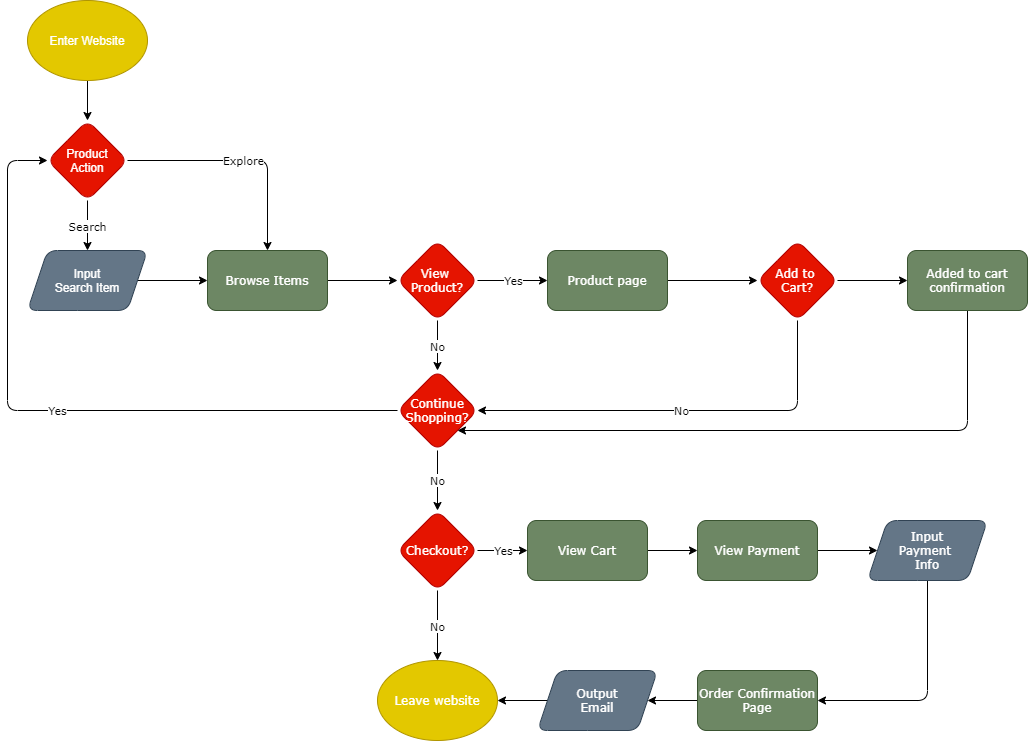
ercpham/wi21-cse110-lab4 keeps this draw.io diagram as part2/part2.drawio.png. Above is the earlier version. Source tidied: cells renumbered, new cells last; positions are measured from the earlier drawing's top-left corner, leaving out a move shared by most shapes. The source it was exported from:
```xml
<mxGraphModel>
  <root>
    <mxCell id="0" />
    <mxCell id="1" parent="0" />
    <mxCell id="2" style="edgeStyle=orthogonalEdgeStyle;jettySize=auto;html=1;exitX=0.5;exitY=1;exitDx=0;exitDy=0;entryX=0.5;entryY=0;entryDx=0;entryDy=0;" parent="1" edge="1" source="3" target="6">
      <mxGeometry relative="1" as="geometry" />
    </mxCell>
    <mxCell id="3" value="Enter Website" style="ellipse;whiteSpace=wrap;html=1;fillColor=#e3c800;strokeColor=#B09500;fontColor=#ffffff;rounded=1;" parent="1" vertex="1">
      <mxGeometry x="20" width="120" height="80" as="geometry" />
    </mxCell>
    <mxCell id="4" value="Search" style="edgeStyle=orthogonalEdgeStyle;jettySize=auto;html=1;fontFamily=Verdana;" parent="1" edge="1" source="6" target="8">
      <mxGeometry relative="1" as="geometry" />
    </mxCell>
    <mxCell id="5" value="Explore" style="edgeStyle=orthogonalEdgeStyle;jettySize=auto;html=1;exitX=1;exitY=0.5;exitDx=0;exitDy=0;entryX=0.5;entryY=0;entryDx=0;entryDy=0;fontFamily=Verdana;" parent="1" edge="1" source="6" target="10">
      <mxGeometry relative="1" as="geometry" />
    </mxCell>
    <mxCell id="6" value="Product&lt;br&gt;Action" style="rhombus;whiteSpace=wrap;html=1;fillColor=#e51400;strokeColor=#B20000;fontColor=#ffffff;rounded=1;" parent="1" vertex="1">
      <mxGeometry x="40" y="120" width="80" height="80" as="geometry" />
    </mxCell>
    <mxCell id="7" style="edgeStyle=orthogonalEdgeStyle;jettySize=auto;html=1;fontFamily=Verdana;" parent="1" edge="1" source="8" target="10">
      <mxGeometry relative="1" as="geometry" />
    </mxCell>
    <mxCell id="8" value="Input&lt;br&gt;Search Item" style="shape=parallelogram;perimeter=parallelogramPerimeter;whiteSpace=wrap;html=1;fixedSize=1;fillColor=#647687;strokeColor=#314354;fontColor=#ffffff;rounded=1;" parent="1" vertex="1">
      <mxGeometry x="20" y="250" width="120" height="60" as="geometry" />
    </mxCell>
    <mxCell id="9" style="edgeStyle=orthogonalEdgeStyle;jettySize=auto;html=1;fontFamily=Verdana;" parent="1" edge="1" source="10" target="13">
      <mxGeometry relative="1" as="geometry" />
    </mxCell>
    <mxCell id="10" value="Browse Items" style="whiteSpace=wrap;html=1;fontFamily=Verdana;fillColor=#6d8764;strokeColor=#3A5431;fontColor=#ffffff;rounded=1;" parent="1" vertex="1">
      <mxGeometry x="200" y="250" width="120" height="60" as="geometry" />
    </mxCell>
    <mxCell id="11" value="Yes" style="edgeStyle=orthogonalEdgeStyle;jettySize=auto;html=1;fontFamily=Verdana;entryX=0;entryY=0.5;entryDx=0;entryDy=0;" parent="1" edge="1" source="13" target="18">
      <mxGeometry relative="1" as="geometry" />
    </mxCell>
    <mxCell id="12" value="No" style="edgeStyle=orthogonalEdgeStyle;jettySize=auto;html=1;fontFamily=Verdana;" parent="1" edge="1" source="13" target="16">
      <mxGeometry relative="1" as="geometry" />
    </mxCell>
    <mxCell id="13" value="View&amp;nbsp;&lt;br&gt;Product?" style="rhombus;whiteSpace=wrap;html=1;fontFamily=Verdana;fillColor=#e51400;strokeColor=#B20000;fontColor=#ffffff;rounded=1;" parent="1" vertex="1">
      <mxGeometry x="390" y="240" width="80" height="80" as="geometry" />
    </mxCell>
    <mxCell id="14" value="Yes" style="edgeStyle=orthogonalEdgeStyle;jettySize=auto;html=1;exitX=0;exitY=0.5;exitDx=0;exitDy=0;entryX=0;entryY=0.5;entryDx=0;entryDy=0;fontFamily=Verdana;" parent="1" edge="1" source="16" target="6">
      <mxGeometry relative="1" as="geometry">
        <Array as="points">
          <mxPoint y="410" />
          <mxPoint y="160" />
        </Array>
      </mxGeometry>
    </mxCell>
    <mxCell id="15" value="No" style="edgeStyle=orthogonalEdgeStyle;jettySize=auto;html=1;fontFamily=Verdana;" parent="1" edge="1" source="16" target="26">
      <mxGeometry relative="1" as="geometry" />
    </mxCell>
    <mxCell id="16" value="Continue&lt;br&gt;Shopping?" style="rhombus;whiteSpace=wrap;html=1;fontFamily=Verdana;fillColor=#e51400;strokeColor=#B20000;fontColor=#ffffff;rounded=1;" parent="1" vertex="1">
      <mxGeometry x="390" y="370" width="80" height="80" as="geometry" />
    </mxCell>
    <mxCell id="17" style="edgeStyle=orthogonalEdgeStyle;jettySize=auto;html=1;fontFamily=Verdana;" parent="1" edge="1" source="18" target="21">
      <mxGeometry relative="1" as="geometry" />
    </mxCell>
    <mxCell id="18" value="Product page" style="whiteSpace=wrap;html=1;fontFamily=Verdana;fillColor=#6d8764;strokeColor=#3A5431;fontColor=#ffffff;rounded=1;" parent="1" vertex="1">
      <mxGeometry x="540" y="250" width="120" height="60" as="geometry" />
    </mxCell>
    <mxCell id="19" value="No" style="edgeStyle=orthogonalEdgeStyle;jettySize=auto;html=1;exitX=0.5;exitY=1;exitDx=0;exitDy=0;entryX=1;entryY=0.5;entryDx=0;entryDy=0;fontFamily=Verdana;" parent="1" edge="1" source="21" target="16">
      <mxGeometry relative="1" as="geometry" />
    </mxCell>
    <mxCell id="20" style="edgeStyle=orthogonalEdgeStyle;jettySize=auto;html=1;fontFamily=Verdana;" parent="1" edge="1" source="21" target="23">
      <mxGeometry relative="1" as="geometry" />
    </mxCell>
    <mxCell id="21" value="Add to&amp;nbsp;&lt;br&gt;Cart?" style="rhombus;whiteSpace=wrap;html=1;fontFamily=Verdana;fillColor=#e51400;strokeColor=#B20000;fontColor=#ffffff;rounded=1;" parent="1" vertex="1">
      <mxGeometry x="750" y="240" width="80" height="80" as="geometry" />
    </mxCell>
    <mxCell id="22" style="edgeStyle=orthogonalEdgeStyle;jettySize=auto;html=1;exitX=0.5;exitY=1;exitDx=0;exitDy=0;entryX=1;entryY=1;entryDx=0;entryDy=0;fontFamily=Verdana;" parent="1" edge="1" source="23" target="16">
      <mxGeometry relative="1" as="geometry">
        <Array as="points">
          <mxPoint x="960" y="430" />
        </Array>
      </mxGeometry>
    </mxCell>
    <mxCell id="23" value="Added to cart confirmation" style="whiteSpace=wrap;html=1;fontFamily=Verdana;fillColor=#6d8764;strokeColor=#3A5431;fontColor=#ffffff;rounded=1;" parent="1" vertex="1">
      <mxGeometry x="900" y="250" width="120" height="60" as="geometry" />
    </mxCell>
    <mxCell id="24" value="No" style="edgeStyle=orthogonalEdgeStyle;jettySize=auto;html=1;exitX=0.5;exitY=1;exitDx=0;exitDy=0;entryX=0.5;entryY=0;entryDx=0;entryDy=0;fontFamily=Verdana;" parent="1" edge="1" source="26" target="27">
      <mxGeometry relative="1" as="geometry" />
    </mxCell>
    <mxCell id="25" value="Yes" style="edgeStyle=orthogonalEdgeStyle;jettySize=auto;html=1;exitX=1;exitY=0.5;exitDx=0;exitDy=0;entryX=0;entryY=0.5;entryDx=0;entryDy=0;fontFamily=Verdana;" parent="1" edge="1" source="26" target="29">
      <mxGeometry relative="1" as="geometry" />
    </mxCell>
    <mxCell id="26" value="Checkout?" style="rhombus;whiteSpace=wrap;html=1;fontFamily=Verdana;fillColor=#e51400;strokeColor=#B20000;fontColor=#ffffff;rounded=1;" parent="1" vertex="1">
      <mxGeometry x="390" y="510" width="80" height="80" as="geometry" />
    </mxCell>
    <mxCell id="27" value="Leave website" style="ellipse;whiteSpace=wrap;html=1;fontFamily=Verdana;fillColor=#e3c800;strokeColor=#B09500;fontColor=#ffffff;rounded=1;" parent="1" vertex="1">
      <mxGeometry x="370" y="660" width="120" height="80" as="geometry" />
    </mxCell>
    <mxCell id="28" style="edgeStyle=orthogonalEdgeStyle;jettySize=auto;html=1;exitX=1;exitY=0.5;exitDx=0;exitDy=0;entryX=0;entryY=0.5;entryDx=0;entryDy=0;fontFamily=Verdana;" parent="1" edge="1" source="29" target="31">
      <mxGeometry relative="1" as="geometry" />
    </mxCell>
    <mxCell id="29" value="View Cart" style="whiteSpace=wrap;html=1;fontFamily=Verdana;fillColor=#6d8764;strokeColor=#3A5431;fontColor=#ffffff;rounded=1;" parent="1" vertex="1">
      <mxGeometry x="520" y="520" width="120" height="60" as="geometry" />
    </mxCell>
    <mxCell id="30" style="edgeStyle=orthogonalEdgeStyle;jettySize=auto;html=1;exitX=1;exitY=0.5;exitDx=0;exitDy=0;entryX=0;entryY=0.5;entryDx=0;entryDy=0;fontFamily=Verdana;" parent="1" edge="1" source="31" target="33">
      <mxGeometry relative="1" as="geometry" />
    </mxCell>
    <mxCell id="31" value="View Payment" style="whiteSpace=wrap;html=1;fontFamily=Verdana;fillColor=#6d8764;strokeColor=#3A5431;fontColor=#ffffff;rounded=1;" parent="1" vertex="1">
      <mxGeometry x="690" y="520" width="120" height="60" as="geometry" />
    </mxCell>
    <mxCell id="32" style="edgeStyle=orthogonalEdgeStyle;jettySize=auto;html=1;exitX=0.5;exitY=1;exitDx=0;exitDy=0;entryX=1;entryY=0.5;entryDx=0;entryDy=0;fontFamily=Verdana;" parent="1" edge="1" source="33" target="35">
      <mxGeometry relative="1" as="geometry" />
    </mxCell>
    <mxCell id="33" value="Input&lt;br&gt;Payment&amp;nbsp;&lt;br&gt;Info" style="shape=parallelogram;perimeter=parallelogramPerimeter;whiteSpace=wrap;html=1;fixedSize=1;fontFamily=Verdana;fillColor=#647687;strokeColor=#314354;fontColor=#ffffff;rounded=1;" parent="1" vertex="1">
      <mxGeometry x="860" y="520" width="120" height="60" as="geometry" />
    </mxCell>
    <mxCell id="34" style="edgeStyle=orthogonalEdgeStyle;jettySize=auto;html=1;fontFamily=Verdana;" parent="1" edge="1" source="35" target="37">
      <mxGeometry relative="1" as="geometry" />
    </mxCell>
    <mxCell id="35" value="Order Confirmation&lt;br&gt;Page" style="whiteSpace=wrap;html=1;fontFamily=Verdana;fillColor=#6d8764;strokeColor=#3A5431;fontColor=#ffffff;rounded=1;" parent="1" vertex="1">
      <mxGeometry x="690" y="670" width="120" height="60" as="geometry" />
    </mxCell>
    <mxCell id="36" style="edgeStyle=orthogonalEdgeStyle;jettySize=auto;html=1;fontFamily=Verdana;" parent="1" edge="1" source="37" target="27">
      <mxGeometry relative="1" as="geometry" />
    </mxCell>
    <mxCell id="37" value="Output&lt;br&gt;Email" style="shape=parallelogram;perimeter=parallelogramPerimeter;whiteSpace=wrap;html=1;fixedSize=1;fontFamily=Verdana;fillColor=#647687;strokeColor=#314354;fontColor=#ffffff;rounded=1;" parent="1" vertex="1">
      <mxGeometry x="530" y="670" width="120" height="60" as="geometry" />
    </mxCell>
  </root>
</mxGraphModel>
```
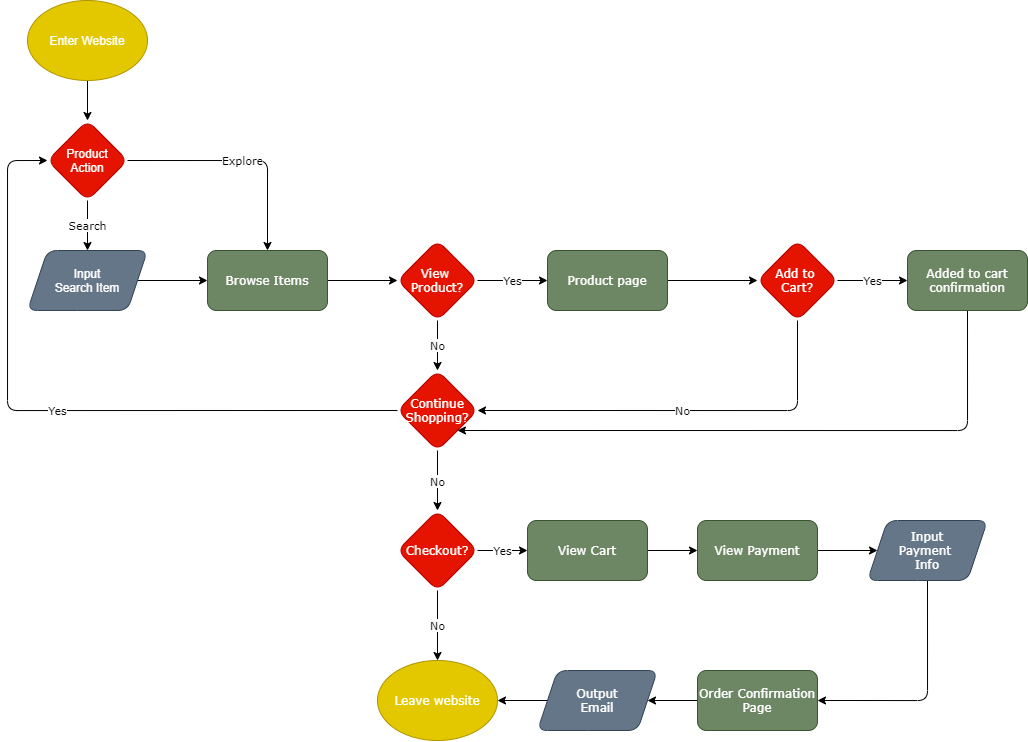
After the commit.

Commit message:
Revise Part 2

Change to the diagram source:
```diff
@@ -61,7 +61,7 @@
     <mxCell id="19" value="No" style="edgeStyle=orthogonalEdgeStyle;jettySize=auto;html=1;exitX=0.5;exitY=1;exitDx=0;exitDy=0;entryX=1;entryY=0.5;entryDx=0;entryDy=0;fontFamily=Verdana;" parent="1" edge="1" source="21" target="16">
       <mxGeometry relative="1" as="geometry" />
     </mxCell>
-    <mxCell id="20" style="edgeStyle=orthogonalEdgeStyle;jettySize=auto;html=1;fontFamily=Verdana;" parent="1" edge="1" source="21" target="23">
+    <mxCell id="20" value="Yes" style="edgeStyle=orthogonalEdgeStyle;jettySize=auto;html=1;fontFamily=Verdana;" parent="1" edge="1" source="21" target="23">
       <mxGeometry relative="1" as="geometry" />
     </mxCell>
     <mxCell id="21" value="Add to&amp;nbsp;&lt;br&gt;Cart?" style="rhombus;whiteSpace=wrap;html=1;fontFamily=Verdana;fillColor=#e51400;strokeColor=#B20000;fontColor=#ffffff;rounded=1;" parent="1" vertex="1">
```
